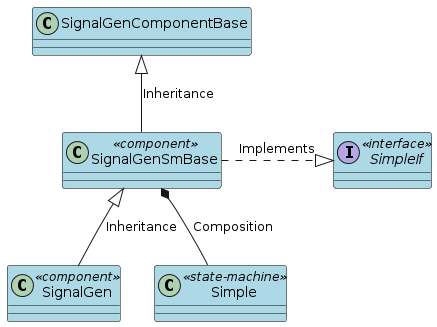
JPLOpenSource/STARS keeps this PlantUML diagram as ClassDiagram.png. Above is the earlier version.
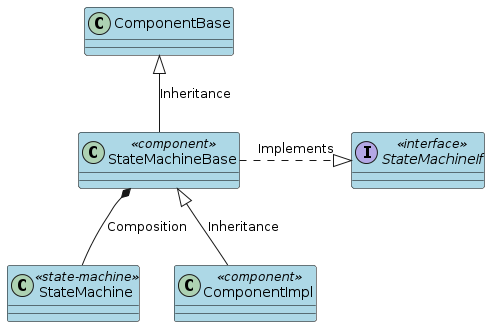
Above is the later version.

Diff of the diagram source:
```diff
@@ -5,29 +5,30 @@
     BorderColor Black
 }
 
-interface SimpleIf <<interface>> {
+interface StateMachineIf <<interface>> {
 
 }
 
-class SignalGenSmBase <<component>> {
-
-}
-
-class SignalGen <<component>> {
-
-}
-
-class Simple <<state-machine>> {
+class StateMachineBase <<component>> {
 
 }
 
 
-class SignalGenComponentBase {
+class StateMachine <<state-machine>> {
 
 }
 
-SignalGenSmBase <|-- SignalGen : Inheritance
-SignalGenComponentBase <|-- SignalGenSmBase : Inheritance
-SignalGenSmBase .right.|> SimpleIf : Implements
-SignalGenSmBase *-- Simple : Composition
+class ComponentImpl <<component>> {
+
+}
+
+
+class ComponentBase {
+
+}
+
+StateMachineBase <|-- ComponentImpl : Inheritance
+ComponentBase <|-- StateMachineBase : Inheritance
+StateMachineBase .right.|> StateMachineIf : Implements
+StateMachineBase *-- StateMachine : Composition
 @enduml
```
